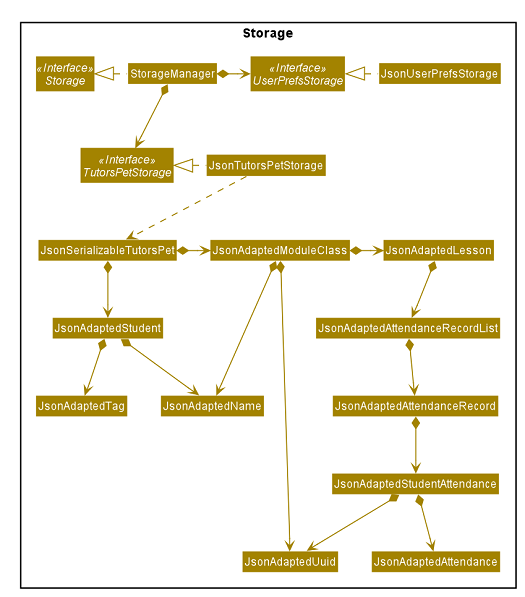
Above: docs/images/StorageClassDiagram.png in ypinhsuan/tp (PlantUML), before the change. Its source is kept beside it as docs/diagrams/StorageClassDiagram.puml. Source of this version:
```plantuml
@startuml
!include style.puml
skinparam arrowThickness 1.1
skinparam arrowColor STORAGE_COLOR
skinparam classBackgroundColor STORAGE_COLOR

Package Storage <<Rectangle>> {
Interface Storage <<Interface>>
Interface UserPrefsStorage <<Interface>>
Interface TutorsPetStorage <<Interface>>

Class StorageManager
Class JsonUserPrefsStorage
Class JsonTutorsPetStorage

StorageManager .left.|> Storage
StorageManager *-right-> UserPrefsStorage
StorageManager *-down-> TutorsPetStorage

JsonUserPrefsStorage .left.|> UserPrefsStorage
JsonTutorsPetStorage .left.|> TutorsPetStorage
JsonTutorsPetStorage .down.> JsonSerializableTutorsPet
JsonSerializableTutorsPet *-down-> JsonAdaptedStudent
JsonSerializableTutorsPet *-right-> JsonAdaptedModuleClass
JsonAdaptedStudent *-down-> JsonAdaptedName
JsonAdaptedStudent *-down-> JsonAdaptedTag
JsonAdaptedModuleClass *-down-> JsonAdaptedName
JsonAdaptedModuleClass *-down-> JsonAdaptedUuid
JsonAdaptedModuleClass *-right-> JsonAdaptedLesson
JsonAdaptedLesson *-down-> JsonAdaptedAttendanceRecordList
JsonAdaptedAttendanceRecordList *-down-> JsonAdaptedAttendanceRecord
JsonAdaptedAttendanceRecord *-down-> JsonAdaptedStudentAttendance
JsonAdaptedStudentAttendance *-down-> JsonAdaptedUuid
JsonAdaptedStudentAttendance *-down-> JsonAdaptedAttendance
}
@enduml
```
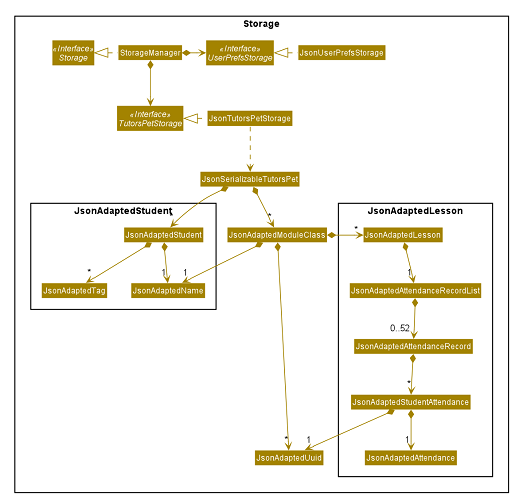
After the commit.

Commit message:
Update Storage Class Diagram

Diff of the diagram source:
```diff
@@ -12,6 +12,27 @@
 Class StorageManager
 Class JsonUserPrefsStorage
 Class JsonTutorsPetStorage
+Class JsonSerializableTutorsPet
+
+Package JsonAdaptedStudent <<Rectangle>> {
+Class JsonAdaptedStudent
+Class JsonAdaptedTag
+Class JsonAdaptedName
+}
+
+Class JsonAdaptedModuleClass
+
+Package JsonAdaptedLesson <<Rectangle>> {
+Class JsonAdaptedLesson
+Class JsonAdaptedAttendanceRecordList
+Class JsonAdaptedAttendanceRecord
+Class JsonAdaptedStudentAttendance
+Class JsonAdaptedAttendance
+}
+
+Class JsonAdaptedUuid
+
+}
 
 StorageManager .left.|> Storage
 StorageManager *-right-> UserPrefsStorage
@@ -20,17 +41,16 @@
 JsonUserPrefsStorage .left.|> UserPrefsStorage
 JsonTutorsPetStorage .left.|> TutorsPetStorage
 JsonTutorsPetStorage .down.> JsonSerializableTutorsPet
-JsonSerializableTutorsPet *-down-> JsonAdaptedStudent
-JsonSerializableTutorsPet *-right-> JsonAdaptedModuleClass
-JsonAdaptedStudent *-down-> JsonAdaptedName
-JsonAdaptedStudent *-down-> JsonAdaptedTag
-JsonAdaptedModuleClass *-down-> JsonAdaptedName
-JsonAdaptedModuleClass *-down-> JsonAdaptedUuid
-JsonAdaptedModuleClass *-right-> JsonAdaptedLesson
-JsonAdaptedLesson *-down-> JsonAdaptedAttendanceRecordList
-JsonAdaptedAttendanceRecordList *-down-> JsonAdaptedAttendanceRecord
-JsonAdaptedAttendanceRecord *-down-> JsonAdaptedStudentAttendance
-JsonAdaptedStudentAttendance *-down-> JsonAdaptedUuid
-JsonAdaptedStudentAttendance *-down-> JsonAdaptedAttendance
-}
+JsonSerializableTutorsPet *-down->"*" JsonAdaptedStudent
+JsonSerializableTutorsPet *-down->"*" JsonAdaptedModuleClass
+JsonAdaptedStudent *-down->"1" JsonAdaptedName
+JsonAdaptedStudent *-down->"*" JsonAdaptedTag
+JsonAdaptedModuleClass *-down->"1" JsonAdaptedName
+JsonAdaptedModuleClass *-down->"*" JsonAdaptedUuid
+JsonAdaptedModuleClass *-right->"*" JsonAdaptedLesson
+JsonAdaptedLesson *-down->"1" JsonAdaptedAttendanceRecordList
+JsonAdaptedAttendanceRecordList *-down->"0..52" JsonAdaptedAttendanceRecord
+JsonAdaptedAttendanceRecord *-down->"*" JsonAdaptedStudentAttendance
+JsonAdaptedStudentAttendance *-down->"1" JsonAdaptedUuid
+JsonAdaptedStudentAttendance *-down->"1" JsonAdaptedAttendance
 @enduml
```
